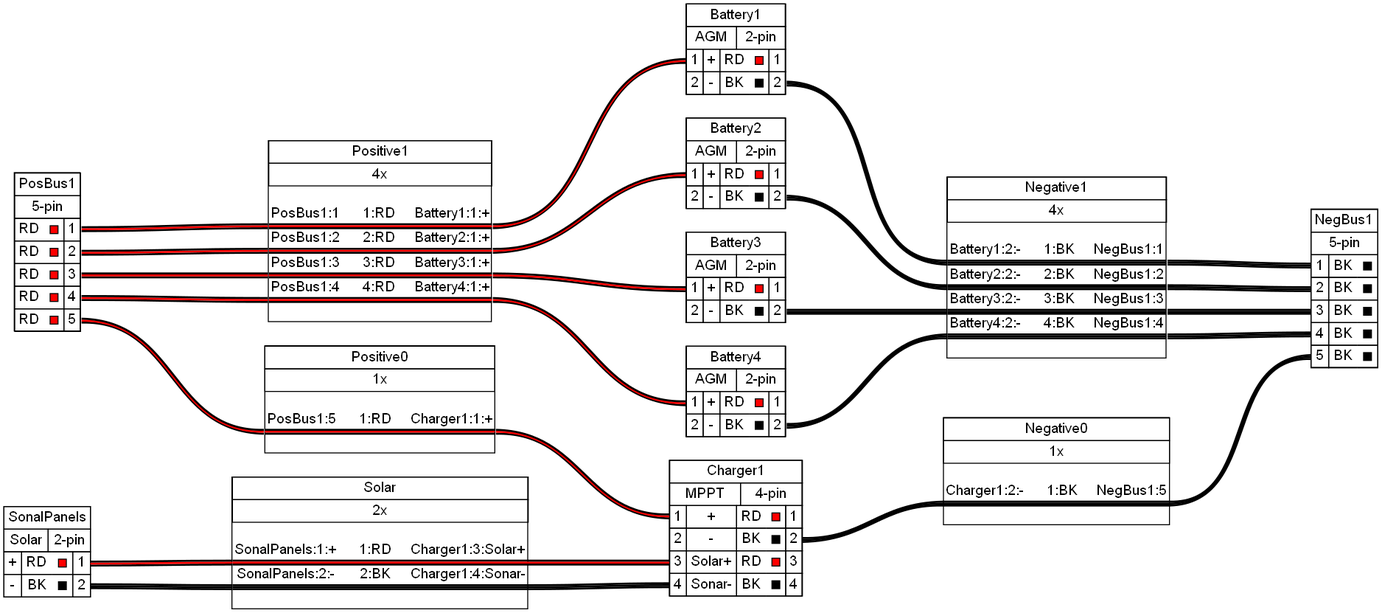
bareboat-necessities/wireviz-4-boats keeps this Graphviz diagram as battery/battery-bank.png. Above is the earlier version. Its source is kept beside it as battery/battery-bank.gv.
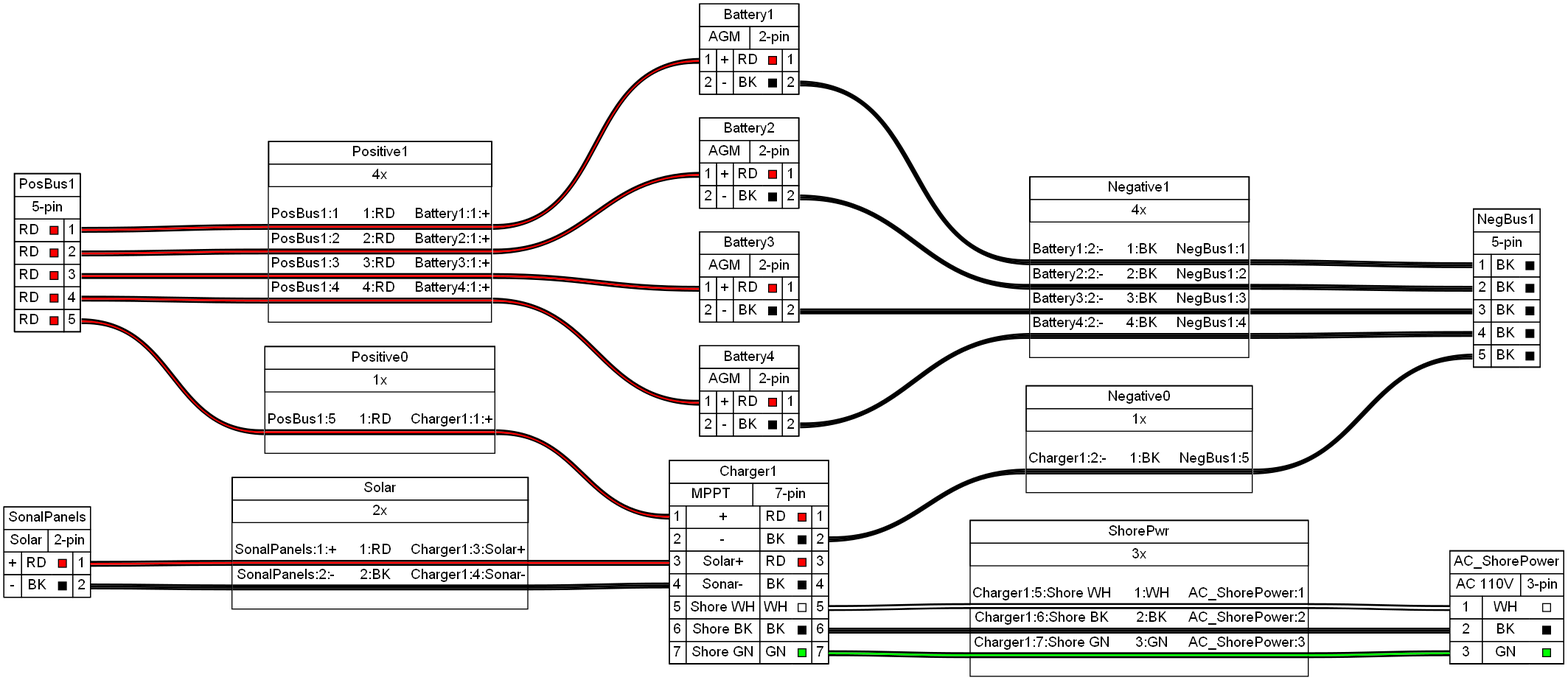
After the commit.

Commit message:
added shore power

Diff of the diagram source:
```diff
@@ -302,7 +302,7 @@
  <tr><td>
   <table border="0" cellspacing="0" cellpadding="3" cellborder="1"><tr>
    <td balign="left">MPPT</td>
-   <td balign="left">4-pin</td>
+   <td balign="left">7-pin</td>
   </tr></table>
  </td></tr>
  <tr><td>
@@ -351,6 +351,39 @@
     </td>
     <td port="p4r">4</td>
    </tr>
+   <tr>
+    <td port="p5l">5</td>
+    <td>Shore WH</td>
+    <td sides="tbl">WH</td>
+    <td sides="tbr">
+     <table border="0" cellborder="1"><tr>
+      <td bgcolor="#FFFFFF" width="8" height="8" fixedsize="true"></td>
+     </tr></table>
+    </td>
+    <td port="p5r">5</td>
+   </tr>
+   <tr>
+    <td port="p6l">6</td>
+    <td>Shore BK</td>
+    <td sides="tbl">BK</td>
+    <td sides="tbr">
+     <table border="0" cellborder="1"><tr>
+      <td bgcolor="#000000" width="8" height="8" fixedsize="true"></td>
+     </tr></table>
+    </td>
+    <td port="p6r">6</td>
+   </tr>
+   <tr>
+    <td port="p7l">7</td>
+    <td>Shore GN</td>
+    <td sides="tbl">GN</td>
+    <td sides="tbr">
+     <table border="0" cellborder="1"><tr>
+      <td bgcolor="#00FF00" width="8" height="8" fixedsize="true"></td>
+     </tr></table>
+    </td>
+    <td port="p7r">7</td>
+   </tr>
   </table>
  </td></tr>
 </table>
@@ -389,6 +422,52 @@
      </tr></table>
     </td>
     <td port="p2r">2</td>
+   </tr>
+  </table>
+ </td></tr>
+</table>
+> fillcolor="#FFFFFF" shape=box style=filled]
+	AC_ShorePower [label=<
+<table border="0" cellspacing="0" cellpadding="0">
+ <tr><td>
+  <table border="0" cellspacing="0" cellpadding="3" cellborder="1"><tr>
+   <td balign="left">AC_ShorePower</td>
+  </tr></table>
+ </td></tr>
+ <tr><td>
+  <table border="0" cellspacing="0" cellpadding="3" cellborder="1"><tr>
+   <td balign="left">AC 110V</td>
+   <td balign="left">3-pin</td>
+  </tr></table>
+ </td></tr>
+ <tr><td>
+  <table border="0" cellspacing="0" cellpadding="3" cellborder="1">
+   <tr>
+    <td port="p1l">1</td>
+    <td sides="tbl">WH</td>
+    <td sides="tbr">
+     <table border="0" cellborder="1"><tr>
+      <td bgcolor="#FFFFFF" width="8" height="8" fixedsize="true"></td>
+     </tr></table>
+    </td>
+   </tr>
+   <tr>
+    <td port="p2l">2</td>
+    <td sides="tbl">BK</td>
+    <td sides="tbr">
+     <table border="0" cellborder="1"><tr>
+      <td bgcolor="#000000" width="8" height="8" fixedsize="true"></td>
+     </tr></table>
+    </td>
+   </tr>
+   <tr>
+    <td port="p3l">3</td>
+    <td sides="tbl">GN</td>
+    <td sides="tbr">
+     <table border="0" cellborder="1"><tr>
+      <td bgcolor="#00FF00" width="8" height="8" fixedsize="true"></td>
+     </tr></table>
+    </td>
    </tr>
   </table>
  </td></tr>
@@ -722,4 +801,81 @@
  </td></tr>
 </table>
 > fillcolor="#FFFFFF" shape=box style=filled]
+	edge [color="#000000:#ffffff:#000000"]
+	Charger1:p5r:e -- ShorePwr:w1:w
+	ShorePwr:w1:e -- AC_ShorePower:p1l:w
+	edge [color="#000000:#000000:#000000"]
+	Charger1:p6r:e -- ShorePwr:w2:w
+	ShorePwr:w2:e -- AC_ShorePower:p2l:w
+	edge [color="#000000:#00ff00:#000000"]
+	Charger1:p7r:e -- ShorePwr:w3:w
+	ShorePwr:w3:e -- AC_ShorePower:p3l:w
+	ShorePwr [label=<
+<table border="0" cellspacing="0" cellpadding="0">
+ <tr><td>
+  <table border="0" cellspacing="0" cellpadding="3" cellborder="1"><tr>
+   <td balign="left">ShorePwr</td>
+  </tr></table>
+ </td></tr>
+ <tr><td>
+  <table border="0" cellspacing="0" cellpadding="3" cellborder="1"><tr>
+   <td balign="left">3x</td>
+  </tr></table>
+ </td></tr>
+ <tr><td>
+  <table border="0" cellspacing="0" cellborder="0">
+   <tr><td>&nbsp;</td></tr>
+   <tr>
+    <td>Charger1:5:Shore WH</td>
+    <td>
+     1:WH
+    </td>
+    <td>AC_ShorePower:1</td>
+   </tr>
+   <tr>
+    <td colspan="3" border="0" cellspacing="0" cellpadding="0" port="w1" height="6">
+     <table cellspacing="0" cellborder="0" border="0">
+      <tr><td colspan="3" cellpadding="0" height="2" bgcolor="#000000" border="0"></td></tr>
+      <tr><td colspan="3" cellpadding="0" height="2" bgcolor="#ffffff" border="0"></td></tr>
+      <tr><td colspan="3" cellpadding="0" height="2" bgcolor="#000000" border="0"></td></tr>
+     </table>
+    </td>
+   </tr>
+   <tr>
+    <td>Charger1:6:Shore BK</td>
+    <td>
+     2:BK
+    </td>
+    <td>AC_ShorePower:2</td>
+   </tr>
+   <tr>
+    <td colspan="3" border="0" cellspacing="0" cellpadding="0" port="w2" height="6">
+     <table cellspacing="0" cellborder="0" border="0">
+      <tr><td colspan="3" cellpadding="0" height="2" bgcolor="#000000" border="0"></td></tr>
+      <tr><td colspan="3" cellpadding="0" height="2" bgcolor="#000000" border="0"></td></tr>
+      <tr><td colspan="3" cellpadding="0" height="2" bgcolor="#000000" border="0"></td></tr>
+     </table>
+    </td>
+   </tr>
+   <tr>
+    <td>Charger1:7:Shore GN</td>
+    <td>
+     3:GN
+    </td>
+    <td>AC_ShorePower:3</td>
+   </tr>
+   <tr>
+    <td colspan="3" border="0" cellspacing="0" cellpadding="0" port="w3" height="6">
+     <table cellspacing="0" cellborder="0" border="0">
+      <tr><td colspan="3" cellpadding="0" height="2" bgcolor="#000000" border="0"></td></tr>
+      <tr><td colspan="3" cellpadding="0" height="2" bgcolor="#00ff00" border="0"></td></tr>
+      <tr><td colspan="3" cellpadding="0" height="2" bgcolor="#000000" border="0"></td></tr>
+     </table>
+    </td>
+   </tr>
+   <tr><td>&nbsp;</td></tr>
+  </table>
+ </td></tr>
+</table>
+> fillcolor="#FFFFFF" shape=box style=filled]
 }
```
